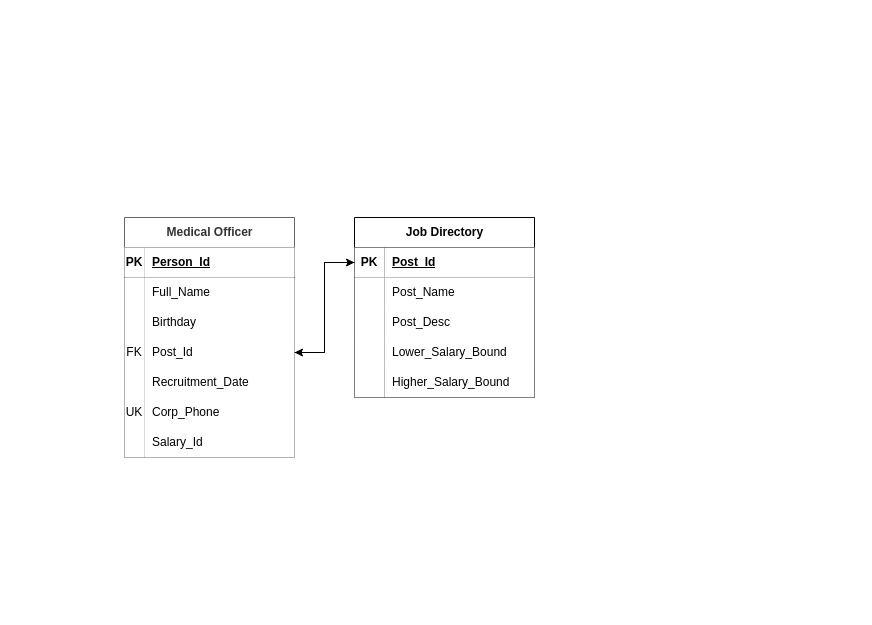
Lutanist228/saved_diagrams keeps this draw.io diagram as Диаграмма без названия.drawio. Above is the earlier version. Source tidied: cells renumbered, new cells numbered last; positions are measured from the earlier drawing's top-left corner, leaving out a move shared by most shapes. Both pictures are drawn from the tidied source at 100%, with x=0, y=0 at pixel (124, 217).
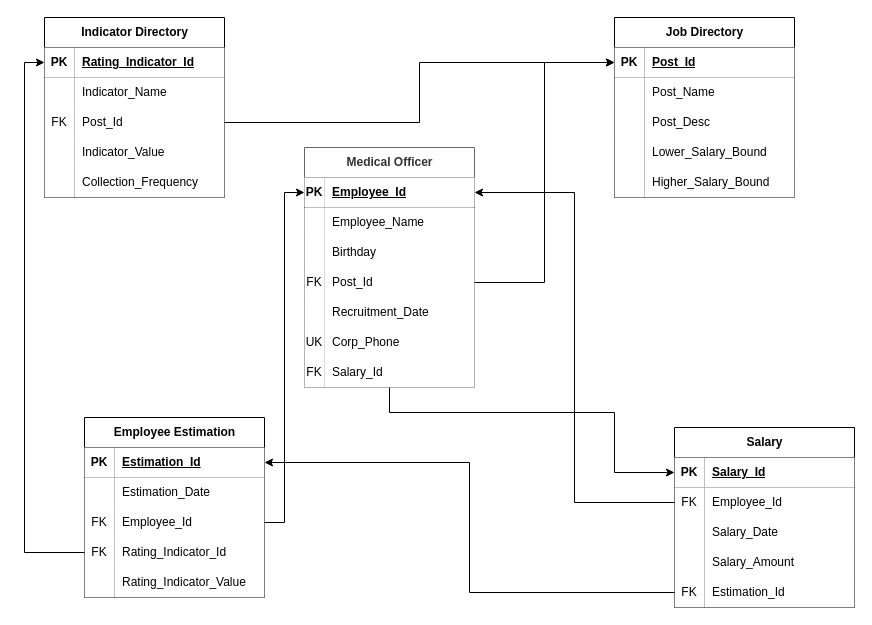
After the change.

The change refers to these unchanged cells:
```xml
<mxCell id="3" style="shape=tableRow;horizontal=0;startSize=0;swimlaneHead=0;swimlaneBody=0;fillColor=none;points=[[0,0.5],[1,0.5]];portConstraint=eastwest;top=0;left=0;right=0;bottom=1;" parent="2" vertex="1">
  <mxGeometry y="30" width="170" height="30" as="geometry" />
</mxCell>
<mxCell id="6" style="shape=tableRow;horizontal=0;startSize=0;swimlaneHead=0;swimlaneBody=0;fillColor=none;top=0;left=0;right=0;bottom=0;" parent="2" vertex="1">
  <mxGeometry y="60" width="170" height="30" as="geometry" />
</mxCell>
<mxCell id="12" style="shape=tableRow;horizontal=0;startSize=0;swimlaneHead=0;swimlaneBody=0;fillColor=none;points=[[0,0.5],[1,0.5]];portConstraint=eastwest;top=0;left=0;right=0;bottom=0;strokeColor=#000000;" parent="2" vertex="1">
  <mxGeometry y="120" width="170" height="30" as="geometry" />
</mxCell>
<mxCell id="21" style="shape=tableRow;horizontal=0;startSize=0;swimlaneHead=0;swimlaneBody=0;fillColor=none;points=[[0,0.5],[1,0.5]];portConstraint=eastwest;top=0;left=0;right=0;bottom=0;strokeColor=#000000;" parent="2" vertex="1">
  <mxGeometry y="210" width="170" height="30" as="geometry" />
</mxCell>
<mxCell id="25" style="shape=tableRow;horizontal=0;startSize=0;swimlaneHead=0;swimlaneBody=0;fillColor=none;points=[[0,0.5],[1,0.5]];portConstraint=eastwest;top=0;left=0;right=0;bottom=1;" parent="24" vertex="1">
  <mxGeometry y="30" width="180" height="30" as="geometry" />
</mxCell>
```

Diff of the diagram source:
```diff
@@
     <mxCell id="2" value="Medical Officer" style="shape=table;startSize=30;childLayout=tableLayout;rowLines=0;fontStyle=1;align=center;html=1;fillColor=#ffffff;strokeColor=#666666;fontColor=#333333;" parent="1" vertex="1">
-      <mxGeometry width="170" height="240" as="geometry" />
+      <mxGeometry x="180" y="-70" width="170" height="240" as="geometry" />
     </mxCell>
@@
-    <mxCell id="5" value="Person_Id" style="shape=partialRectangle;top=0;left=0;bottom=0;right=0;align=left;spacingLeft=6;fontStyle=5;overflow=hidden;whiteSpace=wrap;html=1;strokeWidth=4;perimeterSpacing=2;" parent="3" vertex="1">
+    <mxCell id="5" value="Employee_Id" style="shape=partialRectangle;top=0;left=0;bottom=0;right=0;align=left;spacingLeft=6;fontStyle=5;overflow=hidden;whiteSpace=wrap;html=1;strokeWidth=4;perimeterSpacing=2;" parent="3" vertex="1">
       <mxGeometry x="20" width="150" height="30" as="geometry" />
     </mxCell>
@@
-    <mxCell id="8" value="Full_Name" style="shape=partialRectangle;top=0;left=0;bottom=0;right=0;align=left;spacingLeft=6;overflow=hidden;whiteSpace=wrap;html=1;" parent="6" vertex="1">
+    <mxCell id="8" value="Employee_Name" style="shape=partialRectangle;top=0;left=0;bottom=0;right=0;align=left;spacingLeft=6;overflow=hidden;whiteSpace=wrap;html=1;" parent="6" vertex="1">
       <mxGeometry x="20" width="150" height="30" as="geometry" />
     </mxCell>
@@
-    <mxCell id="22" style="shape=partialRectangle;top=0;left=0;bottom=0;right=0;overflow=hidden;whiteSpace=wrap;html=1;" parent="21" vertex="1">
+    <mxCell id="22" value="FK" style="shape=partialRectangle;top=0;left=0;bottom=0;right=0;overflow=hidden;whiteSpace=wrap;html=1;" parent="21" vertex="1">
       <mxGeometry width="20" height="30" as="geometry" />
     </mxCell>
@@
     <mxCell id="24" value="Job Directory" style="shape=table;startSize=30;childLayout=tableLayout;rowLines=0;fontStyle=1;align=center;html=1;" parent="1" vertex="1">
-      <mxGeometry x="230" width="180" height="180" as="geometry" />
+      <mxGeometry x="490" y="-200" width="180" height="180" as="geometry" />
     </mxCell>
@@
-    <mxCell id="40" style="edgeStyle=orthogonalEdgeStyle;rounded=0;jettySize=auto;html=1;" parent="1" edge="1" source="25" target="12">
-      <mxGeometry relative="1" as="geometry" />
-    </mxCell>
+    <mxCell id="42" value="Salary" style="shape=table;startSize=30;childLayout=tableLayout;rowLines=0;fontStyle=1;align=center;html=1;" parent="1" vertex="1">
+      <mxGeometry x="550" y="210" width="180" height="180" as="geometry" />
+    </mxCell>
+    <mxCell id="43" style="shape=tableRow;horizontal=0;startSize=0;swimlaneHead=0;swimlaneBody=0;fillColor=none;points=[[0,0.5],[1,0.5]];portConstraint=eastwest;top=0;left=0;right=0;bottom=1;" parent="42" vertex="1">
+      <mxGeometry y="30" width="180" height="30" as="geometry" />
+    </mxCell>
+    <mxCell id="44" value="PK" style="shape=partialRectangle;top=0;left=0;bottom=0;right=0;fontStyle=1;overflow=hidden;whiteSpace=wrap;html=1;" parent="43" vertex="1">
+      <mxGeometry width="30" height="30" as="geometry" />
+    </mxCell>
+    <mxCell id="45" value="Salary_Id" style="shape=partialRectangle;top=0;left=0;bottom=0;right=0;align=left;spacingLeft=6;fontStyle=5;overflow=hidden;whiteSpace=wrap;html=1;" parent="43" vertex="1">
+      <mxGeometry x="30" width="150" height="30" as="geometry" />
+    </mxCell>
+    <mxCell id="46" style="shape=tableRow;horizontal=0;startSize=0;swimlaneHead=0;swimlaneBody=0;fillColor=none;points=[[0,0.5],[1,0.5]];portConstraint=eastwest;top=0;left=0;right=0;bottom=0;" parent="42" vertex="1">
+      <mxGeometry y="60" width="180" height="30" as="geometry" />
+    </mxCell>
+    <mxCell id="47" value="FK" style="shape=partialRectangle;top=0;left=0;bottom=0;right=0;overflow=hidden;whiteSpace=wrap;html=1;" parent="46" vertex="1">
+      <mxGeometry width="30" height="30" as="geometry" />
+    </mxCell>
+    <mxCell id="48" value="Employee_Id" style="shape=partialRectangle;top=0;left=0;bottom=0;right=0;align=left;spacingLeft=6;overflow=hidden;whiteSpace=wrap;html=1;" parent="46" vertex="1">
+      <mxGeometry x="30" width="150" height="30" as="geometry" />
+    </mxCell>
+    <mxCell id="49" style="shape=tableRow;horizontal=0;startSize=0;swimlaneHead=0;swimlaneBody=0;fillColor=none;top=0;left=0;right=0;bottom=0;" parent="42" vertex="1">
+      <mxGeometry y="90" width="180" height="30" as="geometry" />
+    </mxCell>
+    <mxCell id="50" style="shape=partialRectangle;top=0;left=0;bottom=0;right=0;overflow=hidden;whiteSpace=wrap;html=1;" parent="49" vertex="1">
+      <mxGeometry width="30" height="30" as="geometry" />
+    </mxCell>
+    <mxCell id="51" value="Salary_Date" style="shape=partialRectangle;top=0;left=0;bottom=0;right=0;align=left;spacingLeft=6;overflow=hidden;whiteSpace=wrap;html=1;" parent="49" vertex="1">
+      <mxGeometry x="30" width="150" height="30" as="geometry" />
+    </mxCell>
+    <mxCell id="52" style="shape=tableRow;horizontal=0;startSize=0;swimlaneHead=0;swimlaneBody=0;fillColor=none;top=0;left=0;right=0;bottom=0;" parent="42" vertex="1">
+      <mxGeometry y="120" width="180" height="30" as="geometry" />
+    </mxCell>
+    <mxCell id="53" style="shape=partialRectangle;top=0;left=0;bottom=0;right=0;overflow=hidden;whiteSpace=wrap;html=1;" parent="52" vertex="1">
+      <mxGeometry width="30" height="30" as="geometry" />
+    </mxCell>
+    <mxCell id="54" value="Salary_Amount" style="shape=partialRectangle;top=0;left=0;bottom=0;right=0;align=left;spacingLeft=6;overflow=hidden;whiteSpace=wrap;html=1;" parent="52" vertex="1">
+      <mxGeometry x="30" width="150" height="30" as="geometry" />
+    </mxCell>
+    <mxCell id="55" style="shape=tableRow;horizontal=0;startSize=0;swimlaneHead=0;swimlaneBody=0;fillColor=none;points=[[0,0.5],[1,0.5]];portConstraint=eastwest;top=0;left=0;right=0;bottom=0;" parent="42" vertex="1">
+      <mxGeometry y="150" width="180" height="30" as="geometry" />
+    </mxCell>
+    <mxCell id="56" value="FK" style="shape=partialRectangle;top=0;left=0;bottom=0;right=0;overflow=hidden;whiteSpace=wrap;html=1;" parent="55" vertex="1">
+      <mxGeometry width="30" height="30" as="geometry" />
+    </mxCell>
+    <mxCell id="57" value="Estimation_Id" style="shape=partialRectangle;top=0;left=0;bottom=0;right=0;align=left;spacingLeft=6;overflow=hidden;whiteSpace=wrap;html=1;" parent="55" vertex="1">
+      <mxGeometry x="30" width="150" height="30" as="geometry" />
+    </mxCell>
@@
+    <mxCell id="58" style="edgeStyle=orthogonalEdgeStyle;rounded=0;jettySize=auto;html=1;" parent="1" edge="1" source="21" target="43">
+      <mxGeometry relative="1" as="geometry">
+        <Array as="points">
+          <mxPoint x="490" y="195" />
+        </Array>
+      </mxGeometry>
+    </mxCell>
+    <mxCell id="59" value="Employee Estimation" style="shape=table;startSize=30;childLayout=tableLayout;rowLines=0;fontStyle=1;align=center;html=1;" parent="1" vertex="1">
+      <mxGeometry x="-40" y="200" width="180" height="180" as="geometry" />
+    </mxCell>
+    <mxCell id="60" style="shape=tableRow;horizontal=0;startSize=0;swimlaneHead=0;swimlaneBody=0;fillColor=none;points=[[0,0.5],[1,0.5]];portConstraint=eastwest;top=0;left=0;right=0;bottom=1;" parent="59" vertex="1">
+      <mxGeometry y="30" width="180" height="30" as="geometry" />
+    </mxCell>
+    <mxCell id="61" value="PK" style="shape=partialRectangle;top=0;left=0;bottom=0;right=0;fontStyle=1;overflow=hidden;whiteSpace=wrap;html=1;" parent="60" vertex="1">
+      <mxGeometry width="30" height="30" as="geometry" />
+    </mxCell>
+    <mxCell id="62" value="Estimation_Id" style="shape=partialRectangle;top=0;left=0;bottom=0;right=0;align=left;spacingLeft=6;fontStyle=5;overflow=hidden;whiteSpace=wrap;html=1;" parent="60" vertex="1">
+      <mxGeometry x="30" width="150" height="30" as="geometry" />
+    </mxCell>
+    <mxCell id="63" style="shape=tableRow;horizontal=0;startSize=0;swimlaneHead=0;swimlaneBody=0;fillColor=none;top=0;left=0;right=0;bottom=0;" parent="59" vertex="1">
+      <mxGeometry y="60" width="180" height="30" as="geometry" />
+    </mxCell>
+    <mxCell id="64" style="shape=partialRectangle;top=0;left=0;bottom=0;right=0;overflow=hidden;whiteSpace=wrap;html=1;" parent="63" vertex="1">
+      <mxGeometry width="30" height="30" as="geometry" />
+    </mxCell>
+    <mxCell id="65" value="Estimation_Date" style="shape=partialRectangle;top=0;left=0;bottom=0;right=0;align=left;spacingLeft=6;overflow=hidden;whiteSpace=wrap;html=1;" parent="63" vertex="1">
+      <mxGeometry x="30" width="150" height="30" as="geometry" />
+    </mxCell>
+    <mxCell id="66" style="shape=tableRow;horizontal=0;startSize=0;swimlaneHead=0;swimlaneBody=0;fillColor=none;points=[[0,0.5],[1,0.5]];portConstraint=eastwest;top=0;left=0;right=0;bottom=0;" parent="59" vertex="1">
+      <mxGeometry y="90" width="180" height="30" as="geometry" />
+    </mxCell>
+    <mxCell id="67" value="FK" style="shape=partialRectangle;top=0;left=0;bottom=0;right=0;overflow=hidden;whiteSpace=wrap;html=1;" parent="66" vertex="1">
+      <mxGeometry width="30" height="30" as="geometry" />
+    </mxCell>
+    <mxCell id="68" value="Employee_Id" style="shape=partialRectangle;top=0;left=0;bottom=0;right=0;align=left;spacingLeft=6;overflow=hidden;whiteSpace=wrap;html=1;" parent="66" vertex="1">
+      <mxGeometry x="30" width="150" height="30" as="geometry" />
+    </mxCell>
+    <mxCell id="69" style="shape=tableRow;horizontal=0;startSize=0;swimlaneHead=0;swimlaneBody=0;fillColor=none;points=[[0,0.5],[1,0.5]];portConstraint=eastwest;top=0;left=0;right=0;bottom=0;" parent="59" vertex="1">
+      <mxGeometry y="120" width="180" height="30" as="geometry" />
+    </mxCell>
+    <mxCell id="70" value="FK" style="shape=partialRectangle;top=0;left=0;bottom=0;right=0;overflow=hidden;whiteSpace=wrap;html=1;" parent="69" vertex="1">
+      <mxGeometry width="30" height="30" as="geometry" />
+    </mxCell>
+    <mxCell id="71" value="Rating_Indicator_Id" style="shape=partialRectangle;top=0;left=0;bottom=0;right=0;align=left;spacingLeft=6;overflow=hidden;whiteSpace=wrap;html=1;" parent="69" vertex="1">
+      <mxGeometry x="30" width="150" height="30" as="geometry" />
+    </mxCell>
+    <mxCell id="72" style="shape=tableRow;horizontal=0;startSize=0;swimlaneHead=0;swimlaneBody=0;fillColor=none;top=0;left=0;right=0;bottom=0;" parent="59" vertex="1">
+      <mxGeometry y="150" width="180" height="30" as="geometry" />
+    </mxCell>
+    <mxCell id="73" style="shape=partialRectangle;top=0;left=0;bottom=0;right=0;overflow=hidden;whiteSpace=wrap;html=1;" parent="72" vertex="1">
+      <mxGeometry width="30" height="30" as="geometry" />
+    </mxCell>
+    <mxCell id="74" value="Rating_Indicator_Value" style="shape=partialRectangle;top=0;left=0;bottom=0;right=0;align=left;spacingLeft=6;overflow=hidden;whiteSpace=wrap;html=1;" parent="72" vertex="1">
+      <mxGeometry x="30" width="150" height="30" as="geometry" />
+    </mxCell>
+    <mxCell id="75" style="edgeStyle=orthogonalEdgeStyle;rounded=0;jettySize=auto;html=1;" parent="1" edge="1" source="55" target="60">
+      <mxGeometry relative="1" as="geometry" />
+    </mxCell>
+    <mxCell id="76" style="edgeStyle=orthogonalEdgeStyle;rounded=0;jettySize=auto;html=1;entryX=0;entryY=0.5;entryDx=0;entryDy=0;" parent="1" edge="1" source="66" target="3">
+      <mxGeometry relative="1" as="geometry" />
+    </mxCell>
+    <mxCell id="77" style="edgeStyle=orthogonalEdgeStyle;rounded=0;jettySize=auto;html=1;" parent="1" edge="1" source="46" target="3">
+      <mxGeometry relative="1" as="geometry" />
+    </mxCell>
+    <mxCell id="78" value="Indicator Directory" style="shape=table;startSize=30;childLayout=tableLayout;rowLines=0;fontStyle=1;align=center;html=1;" parent="1" vertex="1">
+      <mxGeometry x="-80" y="-200" width="180" height="180" as="geometry" />
+    </mxCell>
+    <mxCell id="79" style="shape=tableRow;horizontal=0;startSize=0;swimlaneHead=0;swimlaneBody=0;fillColor=none;points=[[0,0.5],[1,0.5]];portConstraint=eastwest;top=0;left=0;right=0;bottom=1;" parent="78" vertex="1">
+      <mxGeometry y="30" width="180" height="30" as="geometry" />
+    </mxCell>
+    <mxCell id="80" value="PK" style="shape=partialRectangle;top=0;left=0;bottom=0;right=0;fontStyle=1;overflow=hidden;whiteSpace=wrap;html=1;" parent="79" vertex="1">
+      <mxGeometry width="30" height="30" as="geometry" />
+    </mxCell>
+    <mxCell id="81" value="Rating_Indicator_Id" style="shape=partialRectangle;top=0;left=0;bottom=0;right=0;align=left;spacingLeft=6;fontStyle=5;overflow=hidden;whiteSpace=wrap;html=1;" parent="79" vertex="1">
+      <mxGeometry x="30" width="150" height="30" as="geometry" />
+    </mxCell>
+    <mxCell id="82" style="shape=tableRow;horizontal=0;startSize=0;swimlaneHead=0;swimlaneBody=0;fillColor=none;top=0;left=0;right=0;bottom=0;" parent="78" vertex="1">
+      <mxGeometry y="60" width="180" height="30" as="geometry" />
+    </mxCell>
+    <mxCell id="83" style="shape=partialRectangle;top=0;left=0;bottom=0;right=0;overflow=hidden;whiteSpace=wrap;html=1;" parent="82" vertex="1">
+      <mxGeometry width="30" height="30" as="geometry" />
+    </mxCell>
+    <mxCell id="84" value="Indicator_Name" style="shape=partialRectangle;top=0;left=0;bottom=0;right=0;align=left;spacingLeft=6;overflow=hidden;whiteSpace=wrap;html=1;" parent="82" vertex="1">
+      <mxGeometry x="30" width="150" height="30" as="geometry" />
+    </mxCell>
+    <mxCell id="85" style="shape=tableRow;horizontal=0;startSize=0;swimlaneHead=0;swimlaneBody=0;fillColor=none;points=[[0,0.5],[1,0.5]];portConstraint=eastwest;top=0;left=0;right=0;bottom=0;" parent="78" vertex="1">
+      <mxGeometry y="90" width="180" height="30" as="geometry" />
+    </mxCell>
+    <mxCell id="86" value="FK" style="shape=partialRectangle;top=0;left=0;bottom=0;right=0;overflow=hidden;whiteSpace=wrap;html=1;" parent="85" vertex="1">
+      <mxGeometry width="30" height="30" as="geometry" />
+    </mxCell>
+    <mxCell id="87" value="Post_Id" style="shape=partialRectangle;top=0;left=0;bottom=0;right=0;align=left;spacingLeft=6;overflow=hidden;whiteSpace=wrap;html=1;" parent="85" vertex="1">
+      <mxGeometry x="30" width="150" height="30" as="geometry" />
+    </mxCell>
+    <mxCell id="88" style="shape=tableRow;horizontal=0;startSize=0;swimlaneHead=0;swimlaneBody=0;fillColor=none;top=0;left=0;right=0;bottom=0;" parent="78" vertex="1">
+      <mxGeometry y="120" width="180" height="30" as="geometry" />
+    </mxCell>
+    <mxCell id="89" style="shape=partialRectangle;top=0;left=0;bottom=0;right=0;overflow=hidden;whiteSpace=wrap;html=1;" parent="88" vertex="1">
+      <mxGeometry width="30" height="30" as="geometry" />
+    </mxCell>
+    <mxCell id="90" value="Indicator_Value" style="shape=partialRectangle;top=0;left=0;bottom=0;right=0;align=left;spacingLeft=6;overflow=hidden;whiteSpace=wrap;html=1;" parent="88" vertex="1">
+      <mxGeometry x="30" width="150" height="30" as="geometry" />
+    </mxCell>
+    <mxCell id="91" style="shape=tableRow;horizontal=0;startSize=0;swimlaneHead=0;swimlaneBody=0;fillColor=none;top=0;left=0;right=0;bottom=0;" parent="78" vertex="1">
+      <mxGeometry y="150" width="180" height="30" as="geometry" />
+    </mxCell>
+    <mxCell id="92" style="shape=partialRectangle;top=0;left=0;bottom=0;right=0;overflow=hidden;whiteSpace=wrap;html=1;" parent="91" vertex="1">
+      <mxGeometry width="30" height="30" as="geometry" />
+    </mxCell>
+    <mxCell id="93" value="Collection_Frequency&amp;nbsp;" style="shape=partialRectangle;top=0;left=0;bottom=0;right=0;align=left;spacingLeft=6;overflow=hidden;whiteSpace=wrap;html=1;" parent="91" vertex="1">
+      <mxGeometry x="30" width="150" height="30" as="geometry" />
+    </mxCell>
+    <mxCell id="94" style="edgeStyle=orthogonalEdgeStyle;rounded=0;jettySize=auto;html=1;entryX=0;entryY=0.5;entryDx=0;entryDy=0;" parent="1" edge="1" source="69" target="79">
+      <mxGeometry relative="1" as="geometry" />
+    </mxCell>
+    <mxCell id="95" style="edgeStyle=orthogonalEdgeStyle;rounded=0;jettySize=auto;html=1;" parent="1" edge="1" source="85" target="25">
+      <mxGeometry relative="1" as="geometry" />
+    </mxCell>
```
